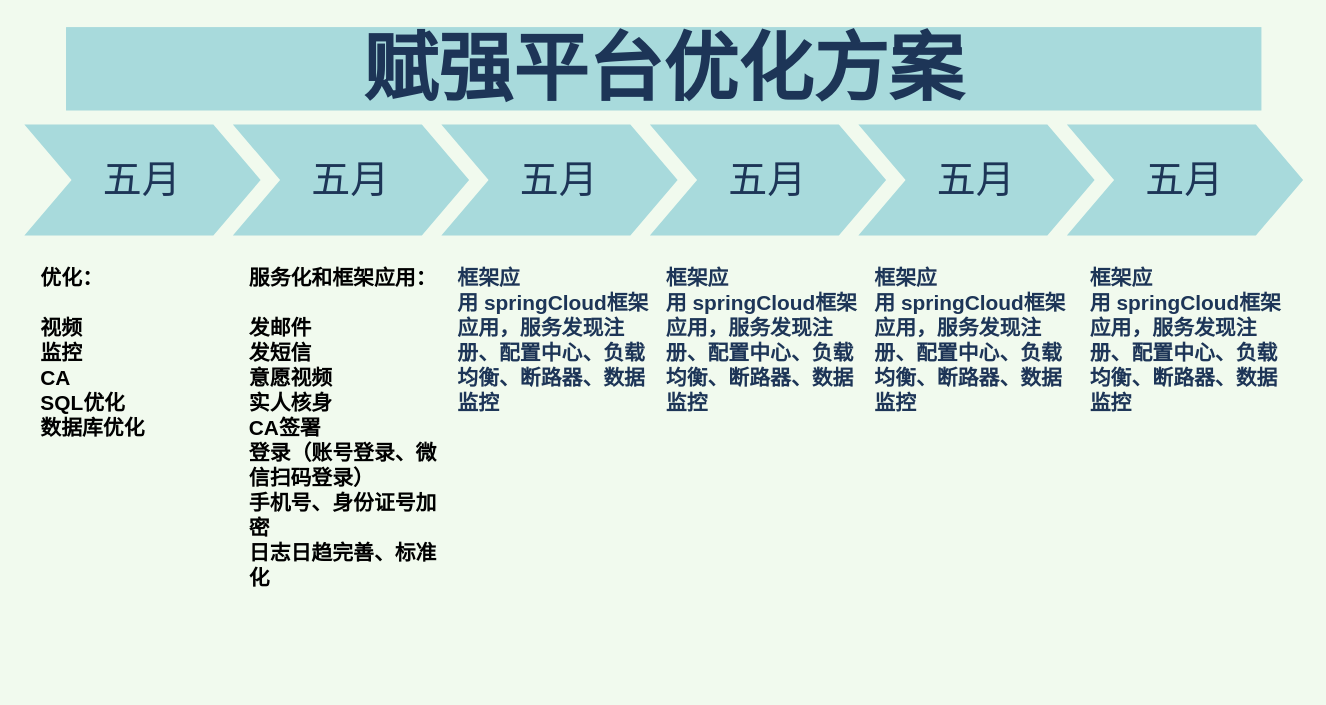
Before: page "Page-2" (1 of 2) of 赋强平台优化方案.drawio in wuyongfeng/wuyongfeng, a draw.io diagram. Source tidied: cells renumbered, new cells numbered last; positions are measured from the earlier drawing's top-left corner, leaving out a move shared by most shapes. Both pictures are drawn from the tidied source at 139%, with x=0, y=0 at pixel (24, 26).
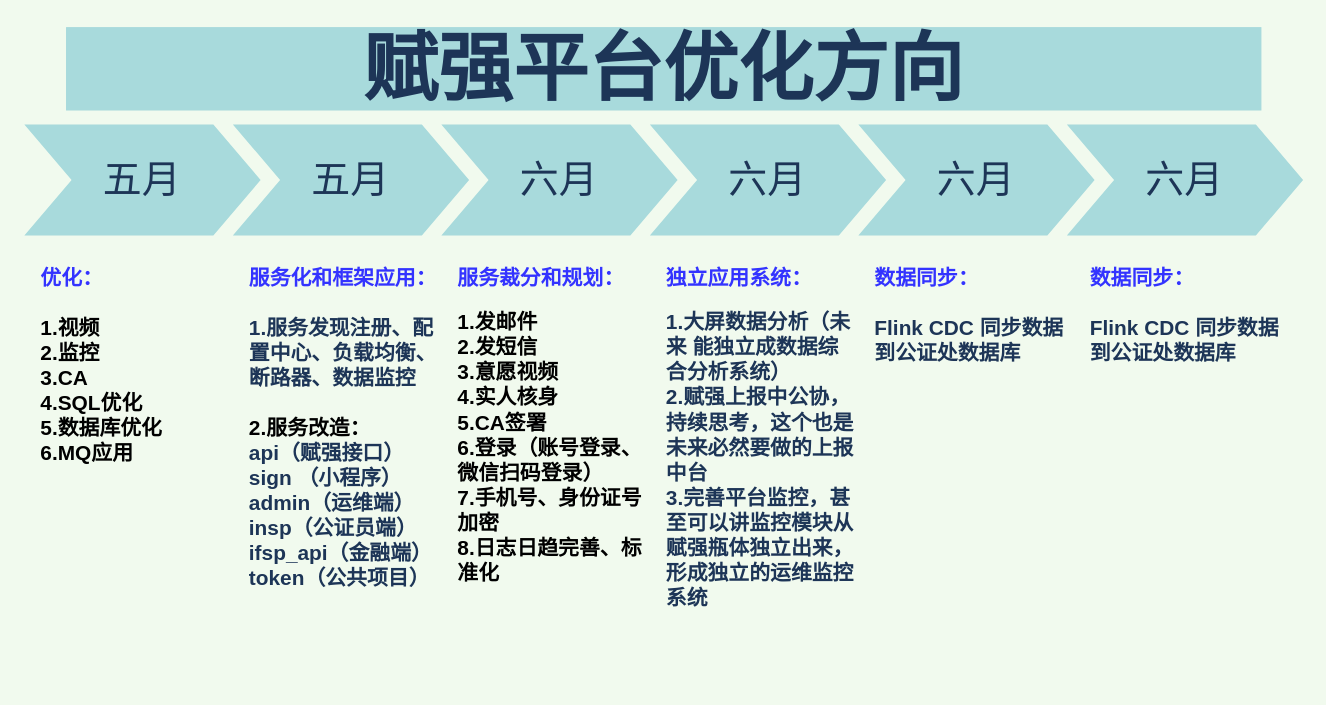
The same diagram, later.

The edit, as a diff of the source:
```diff
@@
 <mxGraphModel background="#F1FAEE">
   <root>
     <mxCell id="0" />
     <mxCell id="1" parent="0" />
     <mxCell id="2" value="五月" style="shape=step;whiteSpace=wrap;html=1;fontSize=28;fillColor=#A8DADC;fontColor=#1D3557;strokeColor=none;" parent="1" vertex="1">
       <mxGeometry y="70" width="170" height="80" as="geometry" />
     </mxCell>
     <mxCell id="3" value="五月" style="shape=step;whiteSpace=wrap;html=1;fontSize=28;fillColor=#A8DADC;fontColor=#1D3557;strokeColor=none;" parent="1" vertex="1">
       <mxGeometry x="150" y="70" width="170" height="80" as="geometry" />
     </mxCell>
-    <mxCell id="4" value="五月" style="shape=step;whiteSpace=wrap;html=1;fontSize=28;fillColor=#A8DADC;fontColor=#1D3557;strokeColor=none;" parent="1" vertex="1">
+    <mxCell id="4" value="六月" style="shape=step;whiteSpace=wrap;html=1;fontSize=28;fillColor=#A8DADC;fontColor=#1D3557;strokeColor=none;" parent="1" vertex="1">
       <mxGeometry x="300" y="70" width="170" height="80" as="geometry" />
     </mxCell>
-    <mxCell id="5" value="五月" style="shape=step;whiteSpace=wrap;html=1;fontSize=28;fillColor=#A8DADC;fontColor=#1D3557;strokeColor=none;" parent="1" vertex="1">
+    <mxCell id="5" value="六月" style="shape=step;whiteSpace=wrap;html=1;fontSize=28;fillColor=#A8DADC;fontColor=#1D3557;strokeColor=none;" parent="1" vertex="1">
       <mxGeometry x="450" y="70" width="170" height="80" as="geometry" />
     </mxCell>
-    <mxCell id="6" value="五月" style="shape=step;whiteSpace=wrap;html=1;fontSize=28;fillColor=#A8DADC;fontColor=#1D3557;strokeColor=none;" parent="1" vertex="1">
+    <mxCell id="6" value="六月" style="shape=step;whiteSpace=wrap;html=1;fontSize=28;fillColor=#A8DADC;fontColor=#1D3557;strokeColor=none;" parent="1" vertex="1">
       <mxGeometry x="600" y="70" width="170" height="80" as="geometry" />
     </mxCell>
-    <mxCell id="7" value="五月" style="shape=step;whiteSpace=wrap;html=1;fontSize=28;fillColor=#A8DADC;fontColor=#1D3557;strokeColor=none;" parent="1" vertex="1">
+    <mxCell id="7" value="六月" style="shape=step;whiteSpace=wrap;html=1;fontSize=28;fillColor=#A8DADC;fontColor=#1D3557;strokeColor=none;" parent="1" vertex="1">
       <mxGeometry x="750" y="70" width="170" height="80" as="geometry" />
     </mxCell>
-    <mxCell id="8" value="赋强平台优化方案" style="text;html=1;strokeColor=none;fillColor=#A8DADC;align=center;verticalAlign=middle;whiteSpace=wrap;fontSize=54;fontStyle=1;fontColor=#1D3557;" parent="1" vertex="1">
+    <mxCell id="8" value="赋强平台优化方向" style="text;html=1;strokeColor=none;fillColor=#A8DADC;align=center;verticalAlign=middle;whiteSpace=wrap;fontSize=54;fontStyle=1;fontColor=#1D3557;" parent="1" vertex="1">
       <mxGeometry x="30" width="860" height="60" as="geometry" />
     </mxCell>
-    <mxCell id="9" value="&lt;div style=&quot;font-size: 15px&quot;&gt;优化：&lt;br&gt;&lt;br&gt;&lt;/div&gt;&lt;div style=&quot;font-size: 15px&quot;&gt;视频&lt;/div&gt;&lt;div style=&quot;font-size: 15px&quot;&gt;监控&lt;/div&gt;&lt;div style=&quot;font-size: 15px&quot;&gt;CA&lt;/div&gt;&lt;div style=&quot;font-size: 15px&quot;&gt;SQL优化&lt;/div&gt;&lt;div style=&quot;font-size: 15px&quot;&gt;数据库优化&lt;/div&gt;" style="text;spacingTop=-5;fillColor=default;whiteSpace=wrap;html=1;align=left;fontSize=15;fontFamily=Helvetica;fillColor=none;strokeColor=none;verticalAlign=top;horizontal=1;labelPosition=center;verticalLabelPosition=middle;fontStyle=1;labelBorderColor=none;" parent="1" vertex="1">
+    <mxCell id="9" value="&lt;div style=&quot;font-size: 15px&quot;&gt;&lt;font color=&quot;#3333ff&quot;&gt;优化：&lt;/font&gt;&lt;br&gt;&lt;br&gt;&lt;/div&gt;&lt;div style=&quot;font-size: 15px&quot;&gt;1.视频&lt;/div&gt;&lt;div style=&quot;font-size: 15px&quot;&gt;2.监控&lt;/div&gt;&lt;div style=&quot;font-size: 15px&quot;&gt;3.CA&lt;/div&gt;&lt;div style=&quot;font-size: 15px&quot;&gt;4.SQL优化&lt;/div&gt;&lt;div style=&quot;font-size: 15px&quot;&gt;5.数据库优化&lt;/div&gt;&lt;div style=&quot;font-size: 15px&quot;&gt;6.MQ应用&lt;/div&gt;" style="text;spacingTop=-5;fillColor=default;whiteSpace=wrap;html=1;align=left;fontSize=15;fontFamily=Helvetica;fillColor=none;strokeColor=none;verticalAlign=top;horizontal=1;labelPosition=center;verticalLabelPosition=middle;fontStyle=1;labelBorderColor=none;" parent="1" vertex="1">
       <mxGeometry x="10" y="170" width="140" height="230" as="geometry" />
     </mxCell>
-    <mxCell id="10" value="&lt;div style=&quot;color: rgb(0 , 0 , 0)&quot;&gt;服务化和框架应用：&lt;/div&gt;&lt;br&gt;&lt;div style=&quot;color: rgb(0 , 0 , 0)&quot;&gt;发邮件&lt;/div&gt;&lt;div style=&quot;color: rgb(0 , 0 , 0)&quot;&gt;发短信&lt;/div&gt;&lt;div style=&quot;color: rgb(0 , 0 , 0)&quot;&gt;意愿视频&lt;/div&gt;&lt;div style=&quot;color: rgb(0 , 0 , 0)&quot;&gt;实人核身&lt;/div&gt;&lt;div style=&quot;color: rgb(0 , 0 , 0)&quot;&gt;CA签署&lt;/div&gt;&lt;div style=&quot;color: rgb(0 , 0 , 0)&quot;&gt;登录（账号登录、微信扫码登录）&lt;/div&gt;&lt;div style=&quot;color: rgb(0 , 0 , 0)&quot;&gt;手机号、身份证号加密&lt;/div&gt;&lt;div style=&quot;color: rgb(0 , 0 , 0)&quot;&gt;日志日趋完善、标准化&lt;/div&gt;" style="text;spacingTop=-5;fillColor=#ffffff;whiteSpace=wrap;html=1;align=left;fontSize=15;fontFamily=Helvetica;fillColor=none;strokeColor=none;fontColor=#1D3557;fontStyle=1;" parent="1" vertex="1">
+    <mxCell id="10" value="&lt;div&gt;&lt;font color=&quot;#3333ff&quot;&gt;服务化和框架应用：&lt;/font&gt;&lt;/div&gt;&lt;div style=&quot;color: rgb(0 , 0 , 0)&quot;&gt;&lt;br&gt;&lt;/div&gt;&lt;div style=&quot;color: rgb(0 , 0 , 0)&quot;&gt;&lt;span style=&quot;color: rgb(29 , 53 , 87)&quot;&gt;1.服务发现注册、配置中心、负载均衡、断路器、数据监控&lt;/span&gt;&lt;br&gt;&lt;/div&gt;&lt;div style=&quot;color: rgb(0 , 0 , 0)&quot;&gt;&lt;br&gt;&lt;/div&gt;&lt;div style=&quot;color: rgb(0 , 0 , 0)&quot;&gt;2.服务改造：&lt;/div&gt;&lt;div&gt;api（赋强接口）&lt;/div&gt;&lt;div&gt;sign （小程序）&lt;/div&gt;&lt;div&gt;admin（运维端）&lt;/div&gt;&lt;div&gt;insp（公证员端）&lt;/div&gt;&lt;div&gt;ifsp_api（金融端）&lt;/div&gt;&lt;span&gt;token（公共项目）&lt;/span&gt;&lt;br&gt;&lt;div style=&quot;color: rgb(0 , 0 , 0)&quot;&gt;&lt;br&gt;&lt;/div&gt;" style="text;spacingTop=-5;fillColor=#ffffff;whiteSpace=wrap;html=1;align=left;fontSize=15;fontFamily=Helvetica;fillColor=none;strokeColor=none;fontColor=#1D3557;fontStyle=1;" parent="1" vertex="1">
       <mxGeometry x="160" y="170" width="140" height="300" as="geometry" />
     </mxCell>
-    <mxCell id="11" value="&lt;span style=&quot;font-size: 15px ; font-weight: 700&quot;&gt;框架应用&lt;/span&gt;&lt;span style=&quot;font-size: 15px ; font-weight: 700&quot;&gt;&amp;nbsp;&lt;/span&gt;&lt;span style=&quot;font-size: 15px ; font-weight: 700&quot;&gt;springCloud框架应用，服务发现注册、配置中心、负载均衡、断路器、数据监控&lt;/span&gt;" style="text;spacingTop=-5;fillColor=#ffffff;whiteSpace=wrap;html=1;align=left;fontSize=12;fontFamily=Helvetica;fillColor=none;strokeColor=none;fontColor=#1D3557;" parent="1" vertex="1">
+    <mxCell id="11" value="&lt;span style=&quot;font-size: 15px&quot;&gt;&lt;b&gt;&lt;font color=&quot;#3333ff&quot;&gt;服务裁分和规划：&lt;/font&gt;&lt;/b&gt;&lt;/span&gt;&lt;br&gt;&lt;br&gt;&lt;div&gt;&lt;div style=&quot;font-size: 15px ; font-weight: 700 ; color: rgb(0 , 0 , 0)&quot;&gt;1.发邮件&lt;/div&gt;&lt;div style=&quot;font-size: 15px ; font-weight: 700 ; color: rgb(0 , 0 , 0)&quot;&gt;2.发短信&lt;/div&gt;&lt;div style=&quot;font-size: 15px ; font-weight: 700 ; color: rgb(0 , 0 , 0)&quot;&gt;3.意愿视频&lt;/div&gt;&lt;div style=&quot;font-size: 15px ; font-weight: 700 ; color: rgb(0 , 0 , 0)&quot;&gt;4.实人核身&lt;/div&gt;&lt;div style=&quot;font-size: 15px ; font-weight: 700 ; color: rgb(0 , 0 , 0)&quot;&gt;5.CA签署&lt;/div&gt;&lt;div style=&quot;font-size: 15px ; font-weight: 700 ; color: rgb(0 , 0 , 0)&quot;&gt;6.登录（账号登录、微信扫码登录）&lt;/div&gt;&lt;div style=&quot;font-size: 15px ; font-weight: 700 ; color: rgb(0 , 0 , 0)&quot;&gt;7.手机号、身份证号加密&lt;/div&gt;&lt;div style=&quot;font-size: 15px ; font-weight: 700 ; color: rgb(0 , 0 , 0)&quot;&gt;8.日志日趋完善、标准化&lt;/div&gt;&lt;/div&gt;" style="text;spacingTop=-5;fillColor=#ffffff;whiteSpace=wrap;html=1;align=left;fontSize=12;fontFamily=Helvetica;fillColor=none;strokeColor=none;fontColor=#1D3557;" parent="1" vertex="1">
       <mxGeometry x="310" y="170" width="140" height="300" as="geometry" />
     </mxCell>
-    <mxCell id="12" value="&lt;span style=&quot;font-size: 15px ; font-weight: 700&quot;&gt;框架应用&lt;/span&gt;&lt;span style=&quot;font-size: 15px ; font-weight: 700&quot;&gt;&amp;nbsp;&lt;/span&gt;&lt;span style=&quot;font-size: 15px ; font-weight: 700&quot;&gt;springCloud框架应用，服务发现注册、配置中心、负载均衡、断路器、数据监控&lt;/span&gt;" style="text;spacingTop=-5;fillColor=#ffffff;whiteSpace=wrap;html=1;align=left;fontSize=12;fontFamily=Helvetica;fillColor=none;strokeColor=none;fontColor=#1D3557;" parent="1" vertex="1">
-      <mxGeometry x="460" y="170" width="140" height="230" as="geometry" />
+    <mxCell id="12" value="&lt;span style=&quot;font-size: 15px&quot;&gt;&lt;b&gt;&lt;font color=&quot;#3333ff&quot;&gt;独立应用系统：&lt;/font&gt;&lt;/b&gt;&lt;/span&gt;&lt;br&gt;&lt;br&gt;&lt;div&gt;&lt;span style=&quot;font-size: 15px&quot;&gt;&lt;b&gt;1.大屏数据分析（未来 能独立成数据综合分析系统）&lt;/b&gt;&lt;/span&gt;&lt;/div&gt;&lt;div&gt;&lt;span style=&quot;font-size: 15px&quot;&gt;&lt;b&gt;2.赋强上报中公协，持续思考，这个也是未来必然要做的上报中台&lt;/b&gt;&lt;/span&gt;&lt;/div&gt;&lt;span style=&quot;font-size: 15px&quot;&gt;&lt;b&gt;3.完善平台监控，甚至可以讲监控模块从赋强瓶体独立出来，形成独立的运维监控系统&lt;/b&gt;&lt;/span&gt;" style="text;spacingTop=-5;fillColor=#ffffff;whiteSpace=wrap;html=1;align=left;fontSize=12;fontFamily=Helvetica;fillColor=none;strokeColor=none;fontColor=#1D3557;" parent="1" vertex="1">
+      <mxGeometry x="460" y="170" width="140" height="280" as="geometry" />
     </mxCell>
-    <mxCell id="13" value="&lt;span style=&quot;font-size: 15px ; font-weight: 700&quot;&gt;框架应用&lt;/span&gt;&lt;span style=&quot;font-size: 15px ; font-weight: 700&quot;&gt;&amp;nbsp;&lt;/span&gt;&lt;span style=&quot;font-size: 15px ; font-weight: 700&quot;&gt;springCloud框架应用，服务发现注册、配置中心、负载均衡、断路器、数据监控&lt;/span&gt;" style="text;spacingTop=-5;fillColor=#ffffff;whiteSpace=wrap;html=1;align=left;fontSize=12;fontFamily=Helvetica;fillColor=none;strokeColor=none;fontColor=#1D3557;" parent="1" vertex="1">
+    <mxCell id="13" value="&lt;span style=&quot;font-size: 15px&quot;&gt;&lt;b&gt;&lt;font color=&quot;#3333ff&quot;&gt;数据同步：&lt;/font&gt;&lt;br&gt;&lt;br&gt;Flink CDC 同步数据到公证处数据库&lt;br&gt;&lt;/b&gt;&lt;/span&gt;" style="text;spacingTop=-5;fillColor=#ffffff;whiteSpace=wrap;html=1;align=left;fontSize=12;fontFamily=Helvetica;fillColor=none;strokeColor=none;fontColor=#1D3557;" parent="1" vertex="1">
       <mxGeometry x="610" y="170" width="140" height="230" as="geometry" />
     </mxCell>
-    <mxCell id="14" value="&lt;span style=&quot;font-size: 15px ; font-weight: 700&quot;&gt;框架应用&lt;/span&gt;&lt;span style=&quot;font-size: 15px ; font-weight: 700&quot;&gt;&amp;nbsp;&lt;/span&gt;&lt;span style=&quot;font-size: 15px ; font-weight: 700&quot;&gt;springCloud框架应用，服务发现注册、配置中心、负载均衡、断路器、数据监控&lt;/span&gt;" style="text;spacingTop=-5;fillColor=#ffffff;whiteSpace=wrap;html=1;align=left;fontSize=12;fontFamily=Helvetica;fillColor=none;strokeColor=none;fontColor=#1D3557;" parent="1" vertex="1">
+    <mxCell id="14" value="&lt;b style=&quot;font-size: 15px&quot;&gt;&lt;font color=&quot;#3333ff&quot;&gt;数据同步：&lt;/font&gt;&lt;br&gt;&lt;br&gt;Flink CDC 同步数据到公证处数据库&lt;/b&gt;" style="text;spacingTop=-5;fillColor=#ffffff;whiteSpace=wrap;html=1;align=left;fontSize=12;fontFamily=Helvetica;fillColor=none;strokeColor=none;fontColor=#1D3557;" parent="1" vertex="1">
       <mxGeometry x="765" y="170" width="140" height="220" as="geometry" />
     </mxCell>
   </root>
 </mxGraphModel>
```
